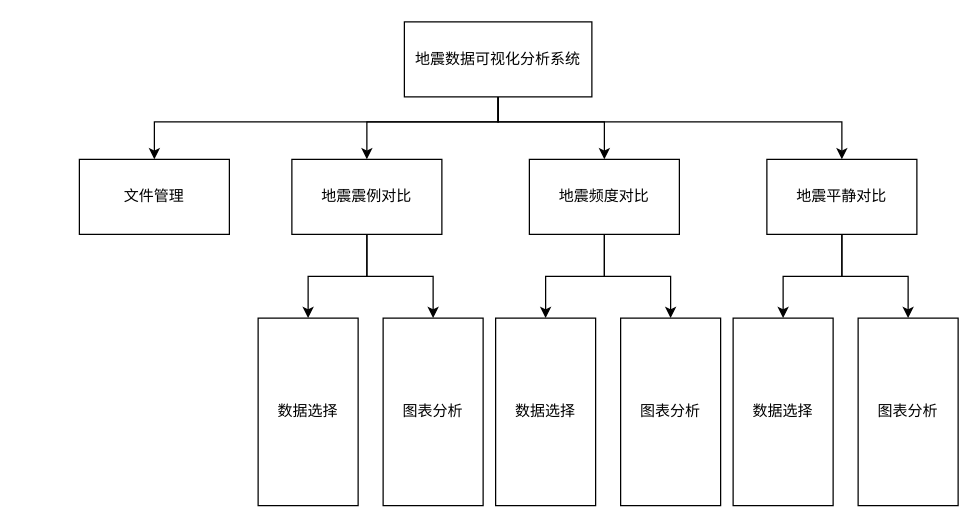
Above: EqProject.drawio in RogerQianPeng/Roger-s (draw.io), before the change. Source tidied: cells renumbered, new cells numbered last; positions are measured from the earlier drawing's top-left corner, leaving out a move shared by most shapes. Both pictures are drawn from the tidied source at 125%, with x=0, y=0 at pixel (79, 21).
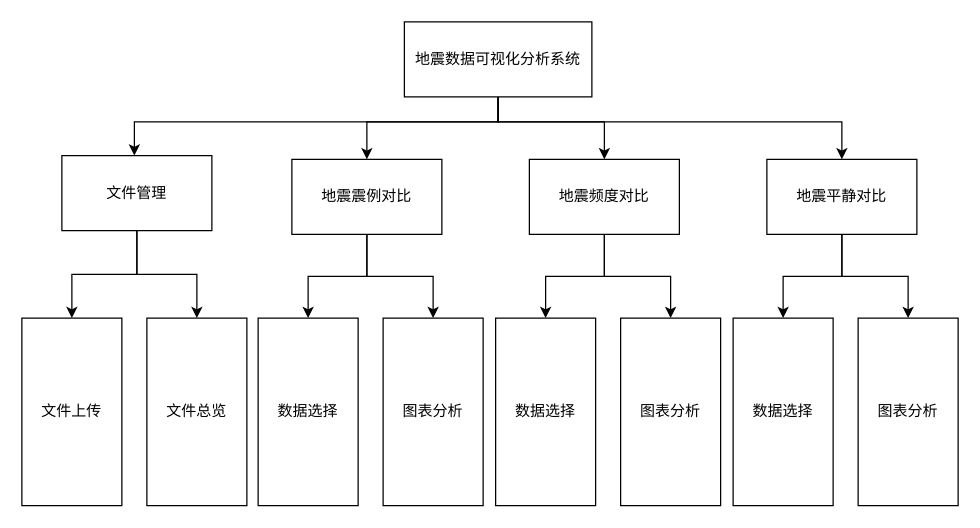
After the change.

The change refers to these unchanged cells:
```xml
<mxCell id="6" value="地震数据可视化分析系统" style="rounded=0;whiteSpace=wrap;html=1;" parent="1" vertex="1">
  <mxGeometry x="260" width="150" height="60" as="geometry" />
</mxCell>
```

What changed in the source:
```diff
@@
     <mxCell id="5" style="edgeStyle=orthogonalEdgeStyle;rounded=0;jettySize=auto;html=1;" parent="1" edge="1" source="6" target="7">
       <mxGeometry relative="1" as="geometry">
         <Array as="points">
           <mxPoint x="335" y="80" />
-          <mxPoint x="60" y="80" />
+          <mxPoint x="44" y="80" />
         </Array>
       </mxGeometry>
     </mxCell>
@@
+    <mxCell id="23" style="edgeStyle=orthogonalEdgeStyle;rounded=0;jettySize=auto;html=1;entryX=0.5;entryY=0;entryDx=0;entryDy=0;" parent="1" edge="1" source="7" target="25">
+      <mxGeometry relative="1" as="geometry" />
+    </mxCell>
+    <mxCell id="24" style="edgeStyle=orthogonalEdgeStyle;rounded=0;jettySize=auto;html=1;" parent="1" edge="1" source="7" target="26">
+      <mxGeometry relative="1" as="geometry" />
+    </mxCell>
     <mxCell id="7" value="文件管理" style="rounded=0;whiteSpace=wrap;html=1;" parent="1" vertex="1">
-      <mxGeometry y="110" width="120" height="60" as="geometry" />
+      <mxGeometry x="-14" y="107" width="120" height="60" as="geometry" />
     </mxCell>
@@
+    <mxCell id="25" value="文件上传" style="rounded=0;whiteSpace=wrap;html=1;" parent="1" vertex="1">
+      <mxGeometry x="-46" y="237" width="80" height="150" as="geometry" />
+    </mxCell>
+    <mxCell id="26" value="文件总览" style="rounded=0;whiteSpace=wrap;html=1;" parent="1" vertex="1">
+      <mxGeometry x="54" y="237" width="80" height="150" as="geometry" />
+    </mxCell>
```
